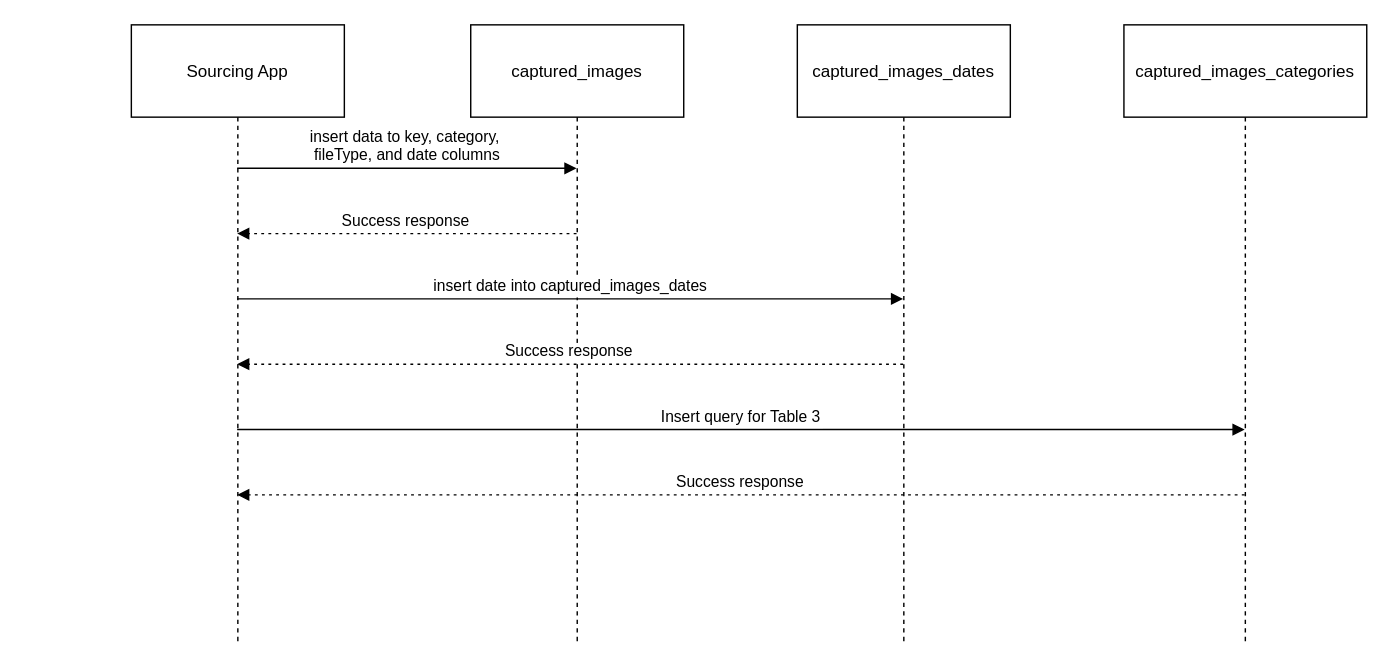
Above: fnv_sequence_diagram.drawio in bb-midhunps/diagrams (draw.io), before the change. Source tidied: cells renumbered, new cells numbered last; positions are measured from the earlier drawing's top-left corner, leaving out a move shared by most shapes. Both pictures are drawn from the tidied source at 142%, with x=0, y=0 at pixel (131, 24).
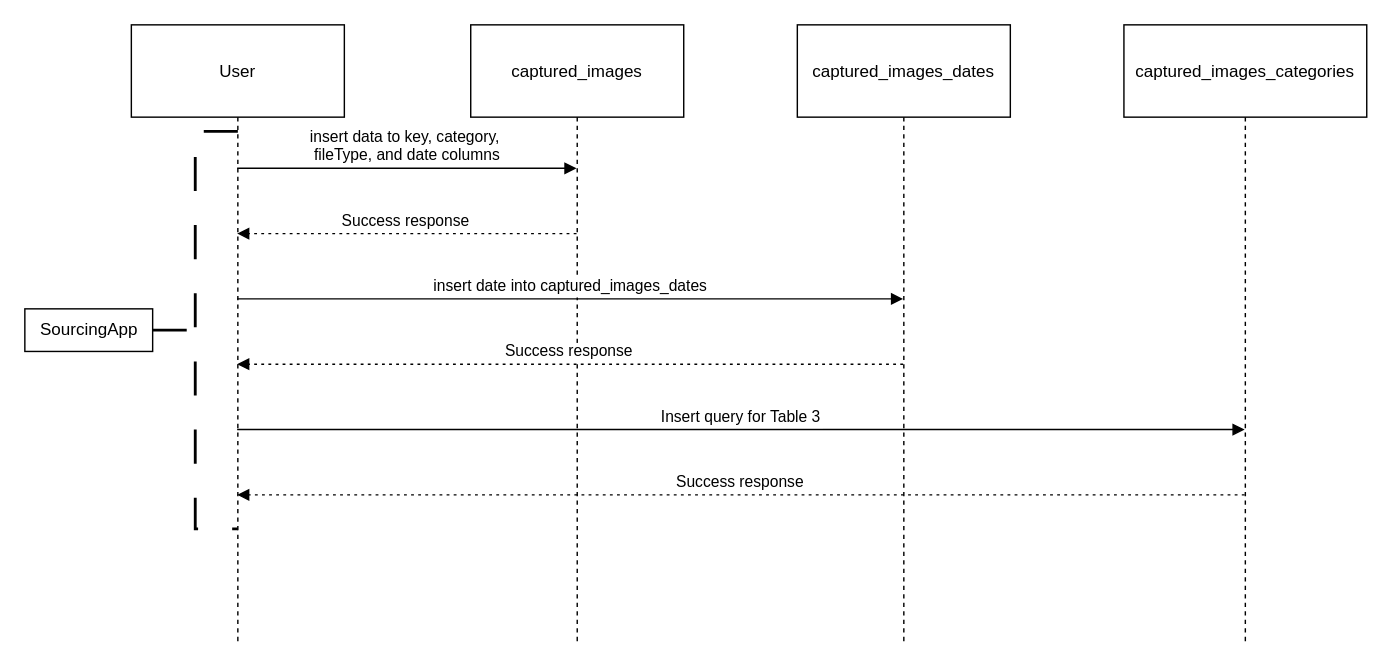
The same page after the edit.

The edit, as a diff of the source:
```diff
@@
-    <mxCell id="2" value="Sourcing App" style="shape=umlLifeline;perimeter=lifelinePerimeter;whiteSpace=wrap;outlineConnect=0;portConstraint=eastwest;newEdgeStyle={&quot;edgeStyle&quot;:&quot;elbowEdgeStyle&quot;,&quot;elbow&quot;:&quot;vertical&quot;,&quot;curved&quot;:0,&quot;rounded&quot;:0};size=65;" parent="1" vertex="1">
+    <mxCell id="2" value="User" style="shape=umlLifeline;perimeter=lifelinePerimeter;whiteSpace=wrap;outlineConnect=0;portConstraint=eastwest;newEdgeStyle={&quot;edgeStyle&quot;:&quot;elbowEdgeStyle&quot;,&quot;elbow&quot;:&quot;vertical&quot;,&quot;curved&quot;:0,&quot;rounded&quot;:0};size=65;" parent="1" vertex="1">
       <mxGeometry width="150" height="436" as="geometry" />
     </mxCell>
@@
+    <mxCell id="12" style="strokeWidth=2;html=1;shape=mxgraph.flowchart.annotation_2;align=left;labelPosition=right;dashed=1;dashPattern=12 12;" parent="1" vertex="1">
+      <mxGeometry x="15" y="75" width="60" height="280" as="geometry" />
+    </mxCell>
+    <mxCell id="13" value="SourcingApp" style="text;html=1;align=center;verticalAlign=middle;strokeColor=default;fillColor=none;" parent="1" vertex="1">
+      <mxGeometry x="-75" y="200" width="90" height="30" as="geometry" />
+    </mxCell>
```
